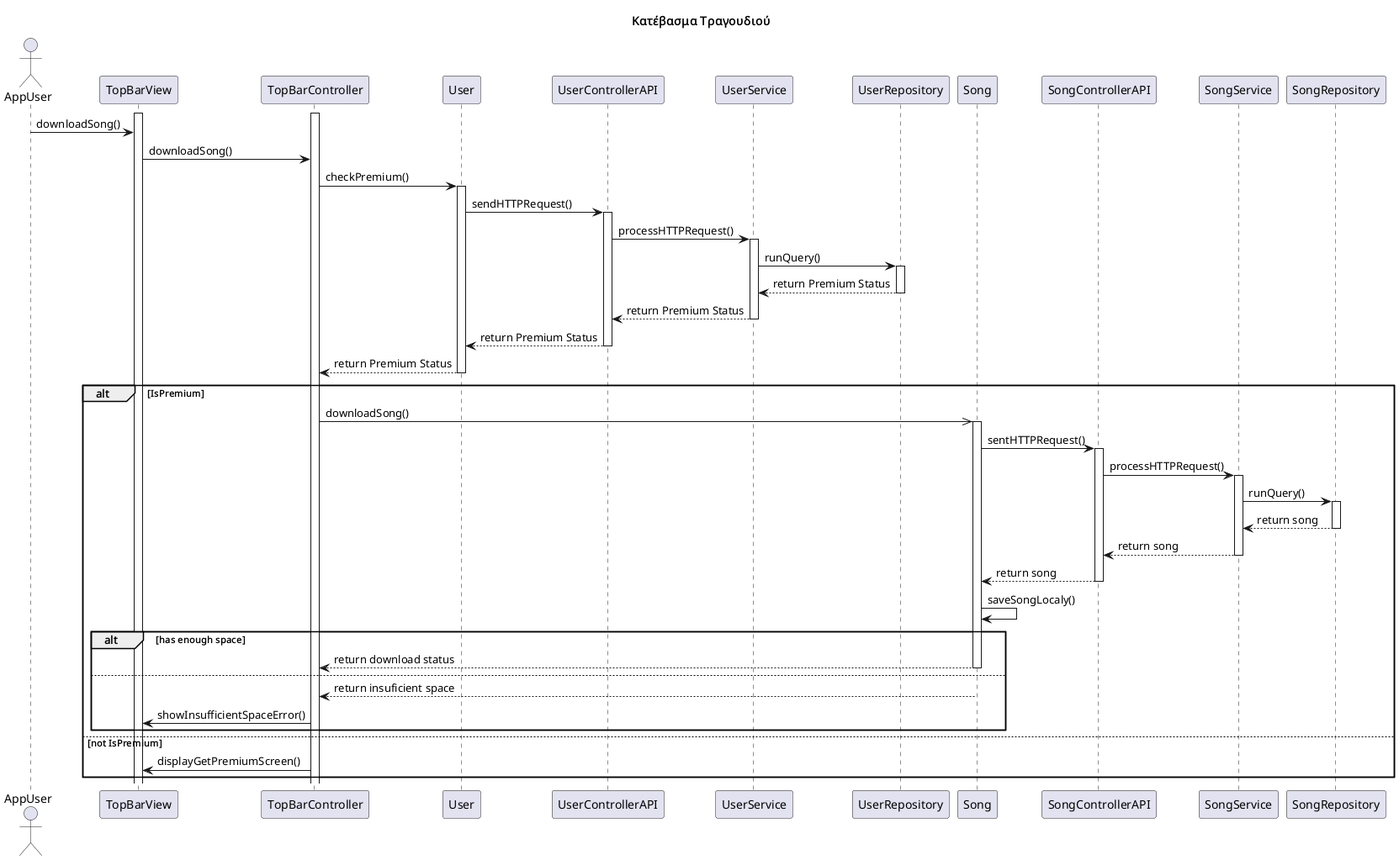
This is Paradoteo_2/SequenceDiagrams/SequenceDiagram7.png from RubenKingCP/Tunix, a PlantUML export, as it was before one commit.
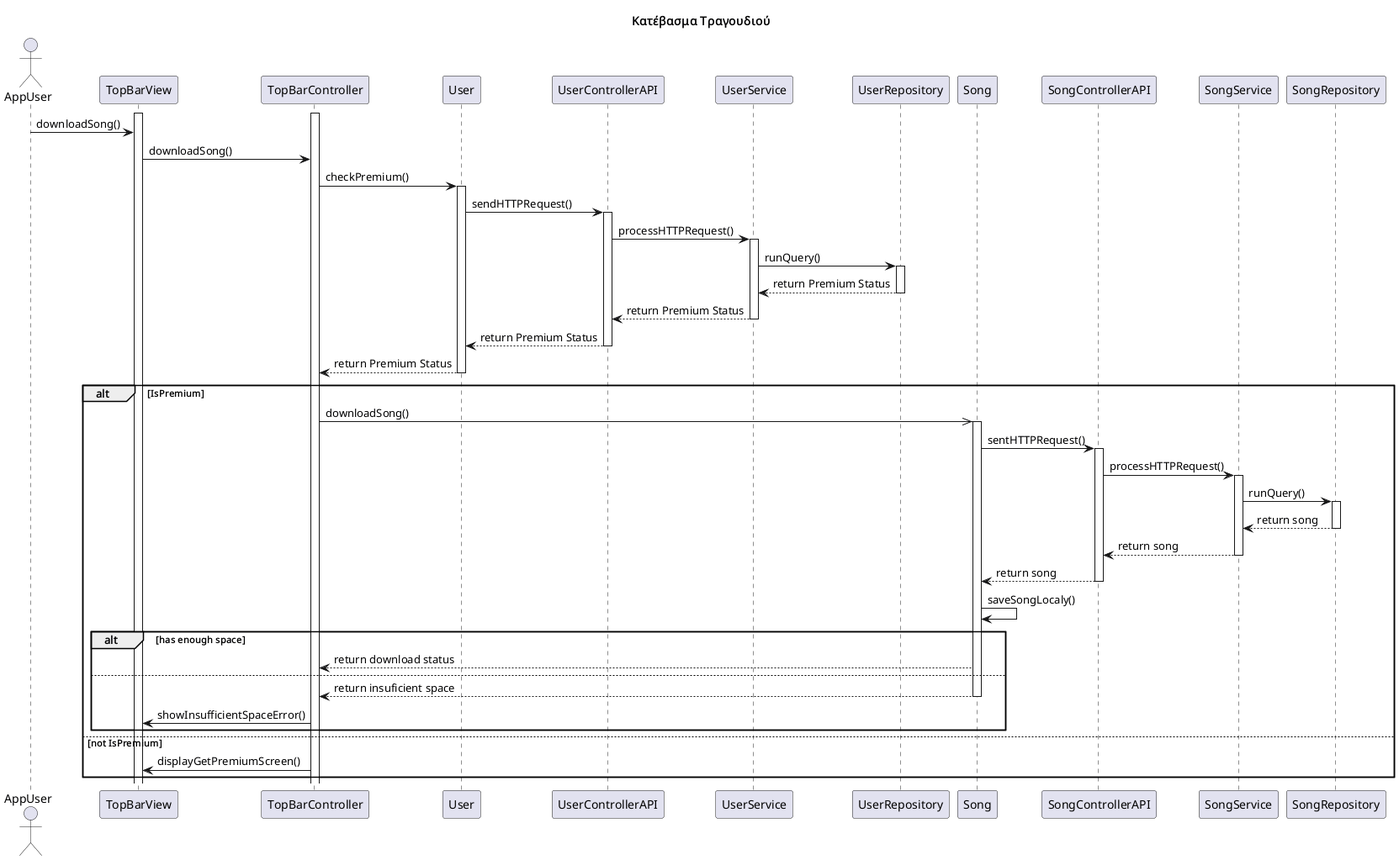
Above is the later version.

Commit message:
Minor change to use cases and finished sequence diagram for use case Εποπτεια Περιεχομενου

Change to the diagram source:
```diff
@@ -52,7 +52,6 @@
     Song -> Song : saveSongLocaly()
     alt has enough space
         Song --> TopBarController : return download status
-        deactivate Song
     else
         Song --> TopBarController : return insuficient space
         deactivate Song
```
